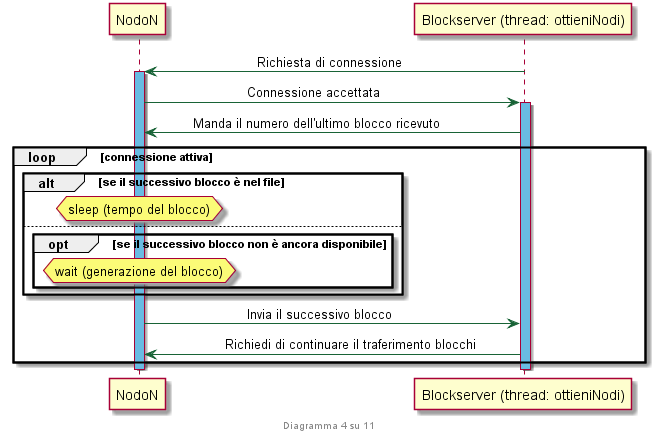
This is SequenceDiagram/schema4.png from antdimarino/Computer-Networks-BlockChain, a PlantUML export, as it was before one commit.
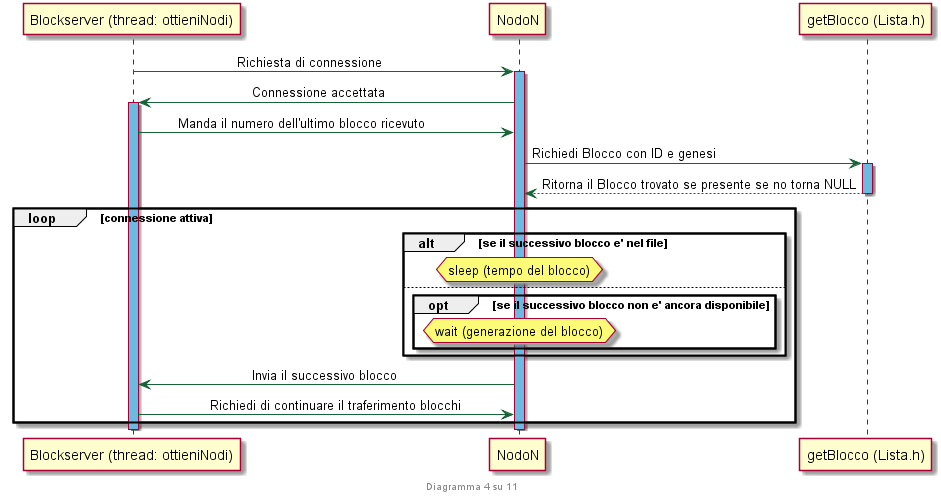
After the commit.

What changed in the source:
```diff
@@ -3,16 +3,22 @@
 	ArrowColor #186336
 }
 footer Diagramma 4 su 11
-NodoN <- "Blockserver (thread: ottieniNodi)": \t\t\tRichiesta di connessione \t
+"Blockserver (thread: ottieniNodi)" -> NodoN : \t\t\tRichiesta di connessione \t
 activate NodoN #69bbe2
 NodoN -> "Blockserver (thread: ottieniNodi)": \t\t\tConnessione accettata \t
 activate "Blockserver (thread: ottieniNodi)" #69bbe2
 NodoN <- "Blockserver (thread: ottieniNodi)": \tManda il numero dell'ultimo blocco ricevuto \t
+
+NodoN -> "getBlocco (Lista.h)": Richiedi Blocco con ID e genesi
+activate "getBlocco (Lista.h)" #69bbe2
+"getBlocco (Lista.h)" --> NodoN: Ritorna il Blocco trovato se presente se no torna NULL
+deactivate "getBlocco (Lista.h)"
+
 loop connessione attiva
-		alt se il successivo blocco è nel file
+		alt se il successivo blocco e' nel file
 		hnote over NodoN: sleep (tempo del blocco)
 		else
-			opt se il successivo blocco non è ancora disponibile
+			opt se il successivo blocco non e' ancora disponibile
 			hnote over NodoN: wait (generazione del blocco)
 
 			end
```
